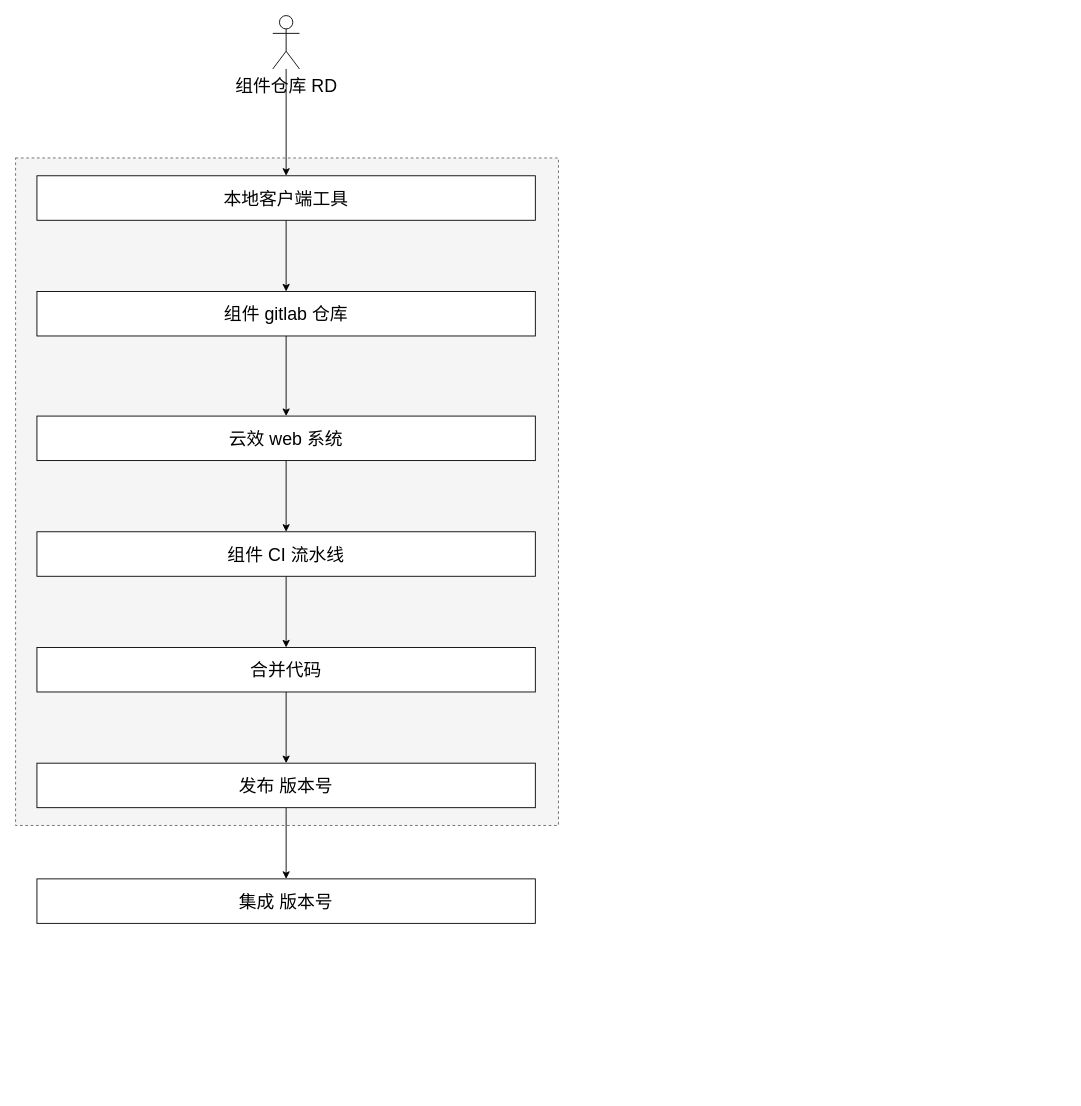
chutaiyangxiayutian/mlanes keeps this draw.io diagram as page "Page-2" (2 of 3) of Untitled Diagram.drawio. Above is the earlier version. Source tidied: cells renumbered, new cells numbered last; positions are measured from the earlier drawing's top-left corner, leaving out a move shared by most shapes. Both pictures are drawn from the tidied source at 89%, with x=0, y=0 at pixel (15, 15).
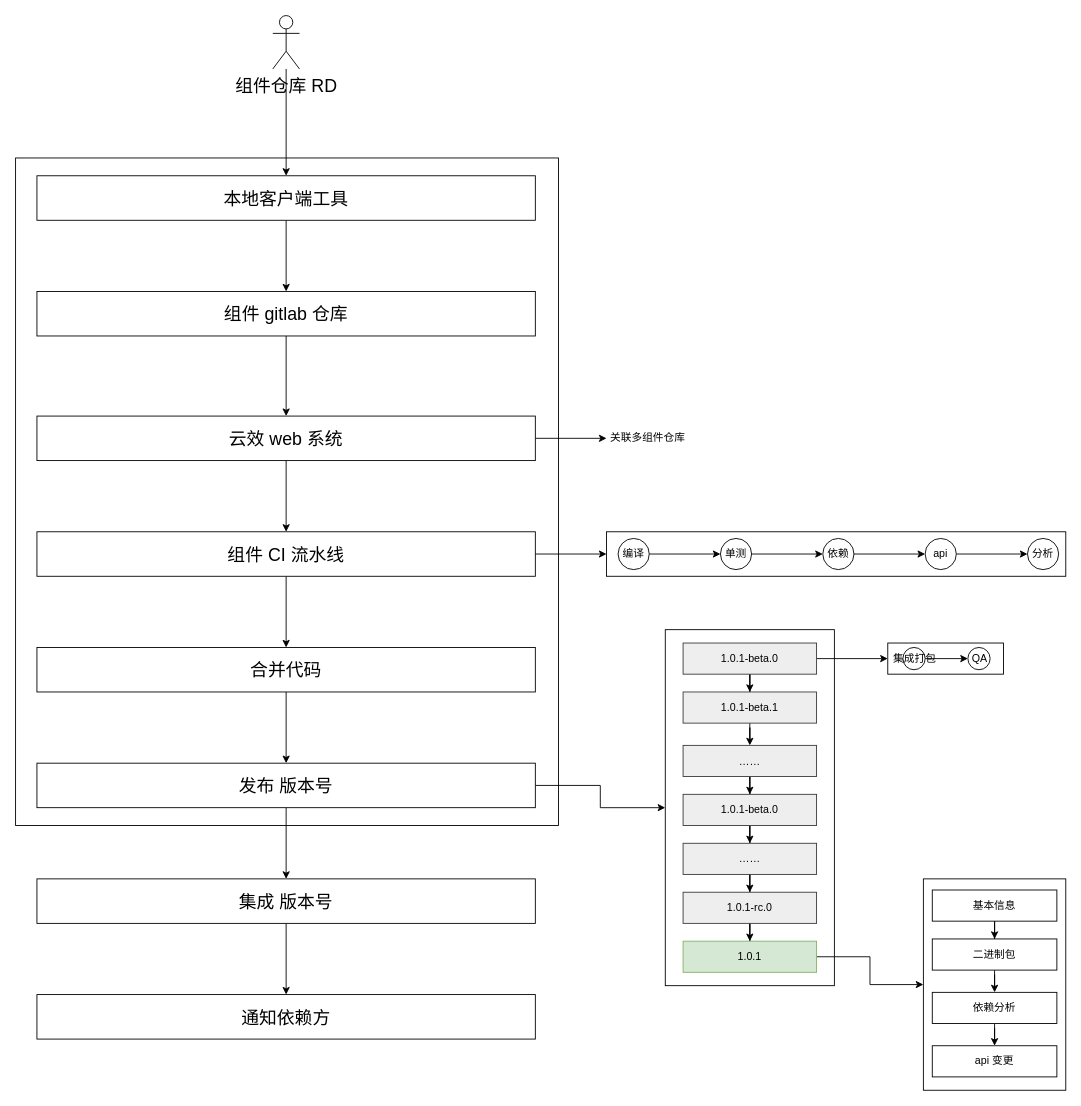
After the change.

The change refers to these unchanged cells:
```xml
<mxCell id="4" value="&lt;span&gt;云效 web 系统&lt;/span&gt;" style="rounded=0;whiteSpace=wrap;html=1;fontSize=20;" parent="1" vertex="1">
  <mxGeometry x="24" y="450" width="560" height="50" as="geometry" />
</mxCell>
<mxCell id="10" value="组件 CI 流水线" style="rounded=0;whiteSpace=wrap;html=1;fontSize=20;" parent="1" vertex="1">
  <mxGeometry x="24" y="580" width="560" height="50" as="geometry" />
</mxCell>
<mxCell id="14" value="发布 版本号" style="rounded=0;whiteSpace=wrap;html=1;fontSize=20;" parent="1" vertex="1">
  <mxGeometry x="24" y="840" width="560" height="50" as="geometry" />
</mxCell>
<mxCell id="15" value="集成 版本号" style="rounded=0;whiteSpace=wrap;html=1;fontSize=20;" parent="1" vertex="1">
  <mxGeometry x="24" y="970" width="560" height="50" as="geometry" />
</mxCell>
```

The edit, as a diff of the source:
```diff
@@
+    <mxCell id="18" style="rounded=0;whiteSpace=wrap;html=1;fontSize=12;" parent="1" vertex="1">
+      <mxGeometry x="1020" y="970" width="160" height="237.5" as="geometry" />
+    </mxCell>
-    <mxCell id="2" style="rounded=0;whiteSpace=wrap;html=1;fontSize=12;dashed=1;fillColor=#f5f5f5;fontColor=#333333;strokeColor=#666666;" parent="1" vertex="1">
+    <mxCell id="2" style="rounded=0;whiteSpace=wrap;html=1;fontSize=12;" parent="1" vertex="1">
       <mxGeometry y="160" width="610" height="750" as="geometry" />
     </mxCell>
@@
+    <mxCell id="19" style="edgeStyle=orthogonalEdgeStyle;rounded=0;jettySize=auto;html=1;fontSize=12;" parent="1" edge="1" source="4">
+      <mxGeometry relative="1" as="geometry">
+        <mxPoint x="664" y="475" as="targetPoint" />
+      </mxGeometry>
+    </mxCell>
@@
+    <mxCell id="20" style="edgeStyle=orthogonalEdgeStyle;rounded=0;jettySize=auto;html=1;fontSize=12;" parent="1" edge="1" source="10" target="25">
+      <mxGeometry relative="1" as="geometry" />
+    </mxCell>
@@
+    <mxCell id="21" style="edgeStyle=orthogonalEdgeStyle;rounded=0;jettySize=auto;html=1;fontSize=12;" parent="1" edge="1" source="14" target="35">
+      <mxGeometry relative="1" as="geometry" />
+    </mxCell>
@@
+    <mxCell id="22" style="edgeStyle=orthogonalEdgeStyle;rounded=0;jettySize=auto;html=1;fontSize=12;" parent="1" edge="1" source="15" target="23">
+      <mxGeometry relative="1" as="geometry" />
+    </mxCell>
@@
+    <mxCell id="23" value="通知依赖方" style="rounded=0;whiteSpace=wrap;html=1;fontSize=20;" parent="1" vertex="1">
+      <mxGeometry x="24" y="1100" width="560" height="50" as="geometry" />
+    </mxCell>
+    <mxCell id="24" value="关联多组件仓库" style="text;html=1;align=center;verticalAlign=middle;strokeColor=none;fillColor=none;fontSize=12;" parent="1" vertex="1">
+      <mxGeometry x="660" y="465" width="100" height="20" as="geometry" />
+    </mxCell>
+    <mxCell id="25" style="rounded=0;whiteSpace=wrap;html=1;fontSize=20;" parent="1" vertex="1">
+      <mxGeometry x="664" y="580" width="516" height="50" as="geometry" />
+    </mxCell>
+    <mxCell id="26" style="edgeStyle=orthogonalEdgeStyle;rounded=0;jettySize=auto;html=1;fontSize=12;" parent="1" edge="1" source="27" target="29">
+      <mxGeometry relative="1" as="geometry" />
+    </mxCell>
+    <mxCell id="27" value="编译" style="ellipse;whiteSpace=wrap;html=1;fontSize=12;" parent="1" vertex="1">
+      <mxGeometry x="677" y="587.5" width="35" height="35" as="geometry" />
+    </mxCell>
+    <mxCell id="28" style="edgeStyle=orthogonalEdgeStyle;rounded=0;jettySize=auto;html=1;fontSize=12;" parent="1" edge="1" source="29" target="31">
+      <mxGeometry relative="1" as="geometry" />
+    </mxCell>
+    <mxCell id="29" value="单测" style="ellipse;whiteSpace=wrap;html=1;fontSize=12;" parent="1" vertex="1">
+      <mxGeometry x="792" y="587.5" width="35" height="35" as="geometry" />
+    </mxCell>
+    <mxCell id="30" style="edgeStyle=orthogonalEdgeStyle;rounded=0;jettySize=auto;html=1;fontSize=12;" parent="1" edge="1" source="31" target="33">
+      <mxGeometry relative="1" as="geometry" />
+    </mxCell>
+    <mxCell id="31" value="依赖" style="ellipse;whiteSpace=wrap;html=1;fontSize=12;" parent="1" vertex="1">
+      <mxGeometry x="907" y="587.5" width="35" height="35" as="geometry" />
+    </mxCell>
+    <mxCell id="32" style="edgeStyle=orthogonalEdgeStyle;rounded=0;jettySize=auto;html=1;fontSize=12;" parent="1" edge="1" source="33" target="34">
+      <mxGeometry relative="1" as="geometry" />
+    </mxCell>
+    <mxCell id="33" value="&lt;span&gt;api&lt;/span&gt;" style="ellipse;whiteSpace=wrap;html=1;fontSize=12;" parent="1" vertex="1">
+      <mxGeometry x="1022" y="587.5" width="35" height="35" as="geometry" />
+    </mxCell>
+    <mxCell id="34" value="分析" style="ellipse;whiteSpace=wrap;html=1;fontSize=12;" parent="1" vertex="1">
+      <mxGeometry x="1137" y="587.5" width="35" height="35" as="geometry" />
+    </mxCell>
+    <mxCell id="35" style="rounded=0;whiteSpace=wrap;html=1;fontSize=20;" parent="1" vertex="1">
+      <mxGeometry x="730" y="690" width="190" height="400" as="geometry" />
+    </mxCell>
+    <mxCell id="36" style="edgeStyle=orthogonalEdgeStyle;rounded=0;jettySize=auto;html=1;fontSize=12;" parent="1" edge="1" source="38" target="40">
+      <mxGeometry relative="1" as="geometry" />
+    </mxCell>
+    <mxCell id="37" style="edgeStyle=orthogonalEdgeStyle;rounded=0;jettySize=auto;html=1;fontSize=12;" parent="1" edge="1" source="38" target="51">
+      <mxGeometry relative="1" as="geometry" />
+    </mxCell>
+    <mxCell id="38" value="1.0.1-beta.0" style="rounded=0;whiteSpace=wrap;html=1;fontSize=12;fillColor=#eeeeee;strokeColor=#36393d;" parent="1" vertex="1">
+      <mxGeometry x="750" y="705" width="150" height="35" as="geometry" />
+    </mxCell>
+    <mxCell id="39" style="edgeStyle=orthogonalEdgeStyle;rounded=0;jettySize=auto;html=1;fontSize=12;" parent="1" edge="1" source="40" target="42">
+      <mxGeometry relative="1" as="geometry" />
+    </mxCell>
+    <mxCell id="40" value="1.0.1-beta.1" style="rounded=0;whiteSpace=wrap;html=1;fontSize=12;fillColor=#eeeeee;strokeColor=#36393d;" parent="1" vertex="1">
+      <mxGeometry x="750" y="760" width="150" height="35" as="geometry" />
+    </mxCell>
+    <mxCell id="41" style="edgeStyle=orthogonalEdgeStyle;rounded=0;jettySize=auto;html=1;fontSize=12;" parent="1" edge="1" source="42" target="44">
+      <mxGeometry relative="1" as="geometry" />
+    </mxCell>
+    <mxCell id="42" value="……" style="rounded=0;whiteSpace=wrap;html=1;fontSize=12;fillColor=#eeeeee;strokeColor=#36393d;" parent="1" vertex="1">
+      <mxGeometry x="750" y="820" width="150" height="35" as="geometry" />
+    </mxCell>
+    <mxCell id="43" style="edgeStyle=orthogonalEdgeStyle;rounded=0;jettySize=auto;html=1;fontSize=12;" parent="1" edge="1" source="44" target="46">
+      <mxGeometry relative="1" as="geometry" />
+    </mxCell>
+    <mxCell id="44" value="1.0.1-beta.0" style="rounded=0;whiteSpace=wrap;html=1;fontSize=12;fillColor=#eeeeee;strokeColor=#36393d;" parent="1" vertex="1">
+      <mxGeometry x="750" y="875" width="150" height="35" as="geometry" />
+    </mxCell>
+    <mxCell id="45" style="edgeStyle=orthogonalEdgeStyle;rounded=0;jettySize=auto;html=1;fontSize=12;" parent="1" edge="1" source="46" target="48">
+      <mxGeometry relative="1" as="geometry" />
+    </mxCell>
+    <mxCell id="46" value="……" style="rounded=0;whiteSpace=wrap;html=1;fontSize=12;fillColor=#eeeeee;strokeColor=#36393d;" parent="1" vertex="1">
+      <mxGeometry x="750" y="930" width="150" height="35" as="geometry" />
+    </mxCell>
+    <mxCell id="47" style="edgeStyle=orthogonalEdgeStyle;rounded=0;jettySize=auto;html=1;fontSize=12;" parent="1" edge="1" source="48" target="50">
+      <mxGeometry relative="1" as="geometry" />
+    </mxCell>
+    <mxCell id="48" value="1.0.1-rc.0" style="rounded=0;whiteSpace=wrap;html=1;fontSize=12;fillColor=#eeeeee;strokeColor=#36393d;" parent="1" vertex="1">
+      <mxGeometry x="750" y="985" width="150" height="35" as="geometry" />
+    </mxCell>
+    <mxCell id="49" style="edgeStyle=orthogonalEdgeStyle;rounded=0;jettySize=auto;html=1;entryX=0;entryY=0.5;entryDx=0;entryDy=0;fontSize=12;" parent="1" edge="1" source="50" target="18">
+      <mxGeometry relative="1" as="geometry" />
+    </mxCell>
+    <mxCell id="50" value="1.0.1" style="rounded=0;whiteSpace=wrap;html=1;fontSize=12;fillColor=#d5e8d4;strokeColor=#82b366;" parent="1" vertex="1">
+      <mxGeometry x="750" y="1040" width="150" height="35" as="geometry" />
+    </mxCell>
+    <mxCell id="51" style="rounded=0;whiteSpace=wrap;html=1;fontSize=12;" parent="1" vertex="1">
+      <mxGeometry x="980" y="705" width="130" height="35" as="geometry" />
+    </mxCell>
+    <mxCell id="52" style="edgeStyle=orthogonalEdgeStyle;rounded=0;jettySize=auto;html=1;fontSize=12;" parent="1" edge="1" source="53" target="54">
+      <mxGeometry relative="1" as="geometry" />
+    </mxCell>
+    <mxCell id="53" value="集成打包" style="ellipse;html=1;fontSize=12;" parent="1" vertex="1">
+      <mxGeometry x="997" y="710" width="25" height="25" as="geometry" />
+    </mxCell>
+    <mxCell id="54" value="QA" style="ellipse;html=1;fontSize=12;" parent="1" vertex="1">
+      <mxGeometry x="1070" y="710" width="25" height="25" as="geometry" />
+    </mxCell>
+    <mxCell id="55" style="edgeStyle=orthogonalEdgeStyle;rounded=0;jettySize=auto;html=1;fontSize=12;" parent="1" edge="1" source="56" target="58">
+      <mxGeometry relative="1" as="geometry" />
+    </mxCell>
+    <mxCell id="56" value="基本信息" style="rounded=0;whiteSpace=wrap;html=1;fontSize=12;" parent="1" vertex="1">
+      <mxGeometry x="1030" y="982.5" width="140" height="35" as="geometry" />
+    </mxCell>
+    <mxCell id="57" style="edgeStyle=orthogonalEdgeStyle;rounded=0;jettySize=auto;html=1;fontSize=12;" parent="1" edge="1" source="58" target="60">
+      <mxGeometry relative="1" as="geometry" />
+    </mxCell>
+    <mxCell id="58" value="二进制包" style="rounded=0;whiteSpace=wrap;html=1;fontSize=12;" parent="1" vertex="1">
+      <mxGeometry x="1030" y="1037.5" width="140" height="35" as="geometry" />
+    </mxCell>
+    <mxCell id="59" style="edgeStyle=orthogonalEdgeStyle;rounded=0;jettySize=auto;html=1;fontSize=12;" parent="1" edge="1" source="60" target="61">
+      <mxGeometry relative="1" as="geometry" />
+    </mxCell>
+    <mxCell id="60" value="依赖分析" style="rounded=0;whiteSpace=wrap;html=1;fontSize=12;" parent="1" vertex="1">
+      <mxGeometry x="1030" y="1097.5" width="140" height="35" as="geometry" />
+    </mxCell>
+    <mxCell id="61" value="api 变更" style="rounded=0;whiteSpace=wrap;html=1;fontSize=12;" parent="1" vertex="1">
+      <mxGeometry x="1030" y="1157.5" width="140" height="35" as="geometry" />
+    </mxCell>
```
